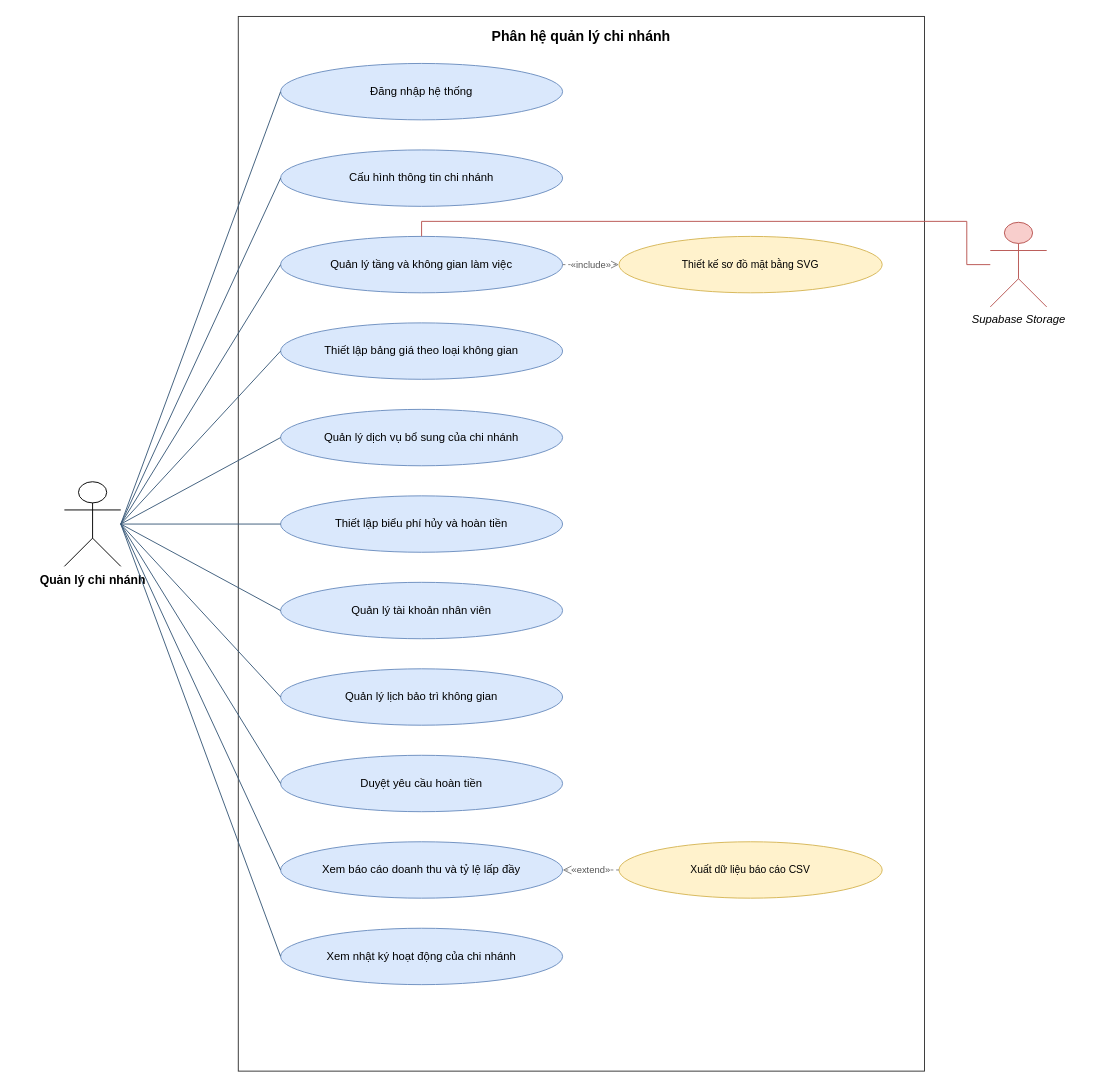
The draw.io diagram page "Phân hệ quản lý chi nhánh" (4 of 5) of report/Images/Chuong5/cospace-usecase.drawio in cospace-team/DATN_CoSpace, before the edit. Source tidied: cells renumbered, new cells numbered last; positions are measured from the earlier drawing's top-left corner, leaving out a move shared by most shapes. Both pictures are drawn from the tidied source at 94%, with x=0, y=0 at pixel (64, 16).
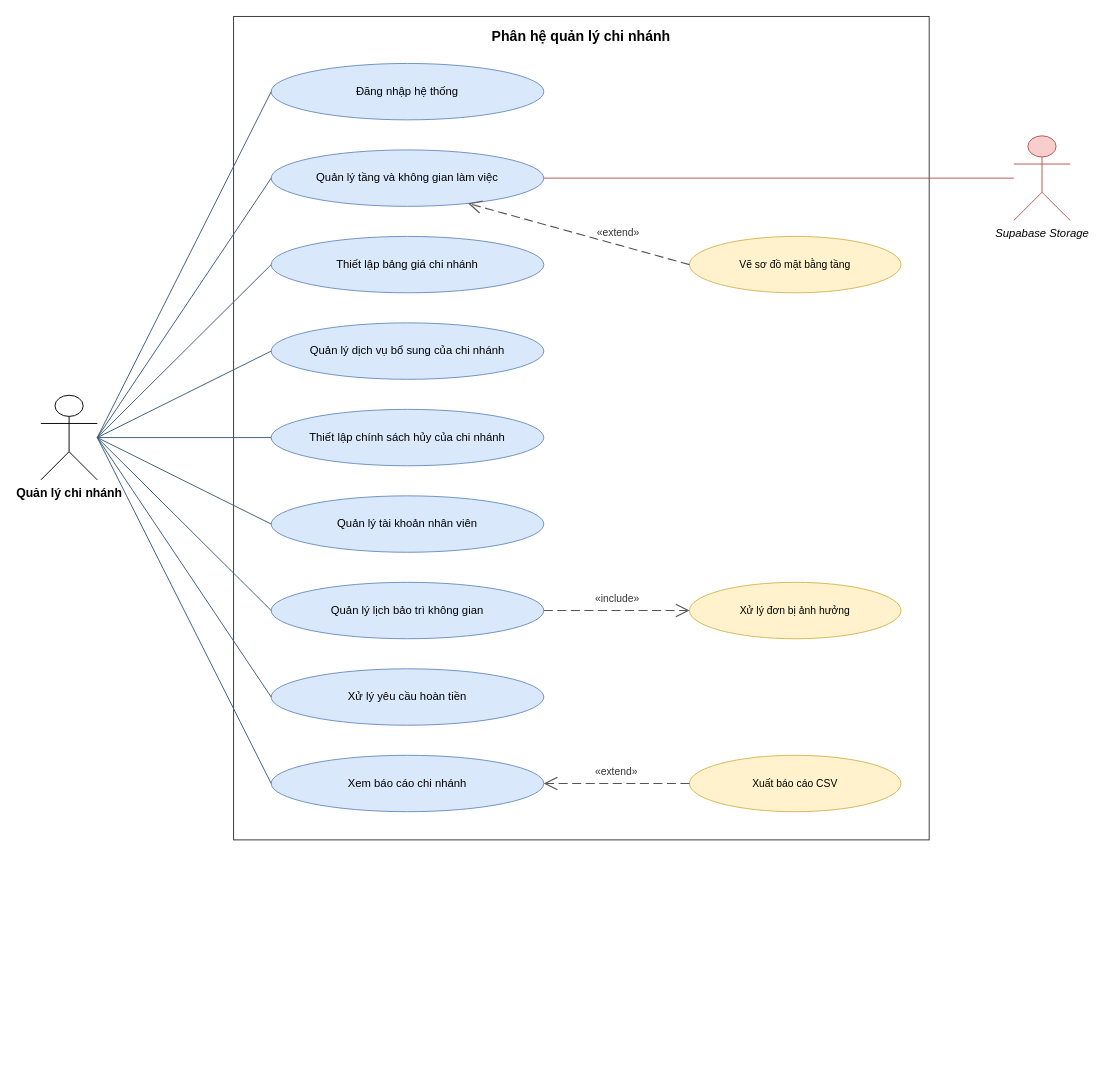
The same page after the edit.

What changed in the source:
```diff
@@
-    <mxCell id="0" />
+    <mxCell id="32" />
-    <mxCell id="1" parent="0" />
+    <mxCell id="1" parent="32" />
     <mxCell id="2" value="Phân hệ quản lý chi nhánh" style="rounded=0;whiteSpace=wrap;html=1;verticalAlign=top;fillColor=none;strokeColor=#333333;fontSize=15;fontStyle=1;spacingTop=6;" parent="1" vertex="1">
-      <mxGeometry x="185" width="730" height="1122" as="geometry" />
+      <mxGeometry x="180" width="740" height="876" as="geometry" />
     </mxCell>
     <mxCell id="3" value="Đăng nhập hệ thống" style="ellipse;whiteSpace=wrap;html=1;fontSize=12;fillColor=#dae8fc;strokeColor=#6c8ebf;" parent="1" vertex="1">
-      <mxGeometry x="230" y="50" width="300" height="60" as="geometry" />
+      <mxGeometry x="220" y="50" width="290" height="60" as="geometry" />
     </mxCell>
-    <mxCell id="4" value="Cấu hình thông tin chi nhánh" style="ellipse;whiteSpace=wrap;html=1;fontSize=12;fillColor=#dae8fc;strokeColor=#6c8ebf;" parent="1" vertex="1">
-      <mxGeometry x="230" y="142" width="300" height="60" as="geometry" />
-    </mxCell>
     <mxCell id="5" value="Quản lý tầng và không gian làm việc" style="ellipse;whiteSpace=wrap;html=1;fontSize=12;fillColor=#dae8fc;strokeColor=#6c8ebf;" parent="1" vertex="1">
-      <mxGeometry x="230" y="234" width="300" height="60" as="geometry" />
+      <mxGeometry x="220" y="142" width="290" height="60" as="geometry" />
     </mxCell>
-    <mxCell id="6" value="Thiết kế sơ đồ mặt bằng SVG" style="ellipse;whiteSpace=wrap;html=1;fontSize=11;fillColor=#fff2cc;strokeColor=#d6b656;dashed=0;" parent="1" vertex="1">
-      <mxGeometry x="590" y="234" width="280" height="60" as="geometry" />
-    </mxCell>
-    <mxCell id="7" value="«include»" style="endArrow=open;endFill=0;endSize=8;dashed=1;html=1;rounded=0;strokeColor=#7f7f7f;fontSize=10;fontColor=#555555;exitX=1;exitY=0.5;exitDx=0;exitDy=0;entryX=0;entryY=0.5;entryDx=0;entryDy=0;" parent="1" edge="1" source="5" target="6">
-      <mxGeometry relative="1" as="geometry" />
-    </mxCell>
-    <mxCell id="8" value="Thiết lập bảng giá theo loại không gian" style="ellipse;whiteSpace=wrap;html=1;fontSize=12;fillColor=#dae8fc;strokeColor=#6c8ebf;" parent="1" vertex="1">
-      <mxGeometry x="230" y="326" width="300" height="60" as="geometry" />
-    </mxCell>
+    <mxCell id="33" value="Thiết lập bảng giá chi nhánh" style="ellipse;whiteSpace=wrap;html=1;fontSize=12;fillColor=#dae8fc;strokeColor=#6c8ebf;" parent="1" vertex="1">
+      <mxGeometry x="220" y="234" width="290" height="60" as="geometry" />
+    </mxCell>
+    <mxCell id="34" value="Vẽ sơ đồ mặt bằng tầng" style="ellipse;whiteSpace=wrap;html=1;fontSize=11;fillColor=#fff2cc;strokeColor=#d6b656;" parent="1" vertex="1">
+      <mxGeometry x="665" y="234" width="225" height="60" as="geometry" />
+    </mxCell>
     <mxCell id="9" value="Quản lý dịch vụ bổ sung của chi nhánh" style="ellipse;whiteSpace=wrap;html=1;fontSize=12;fillColor=#dae8fc;strokeColor=#6c8ebf;" parent="1" vertex="1">
-      <mxGeometry x="230" y="418" width="300" height="60" as="geometry" />
+      <mxGeometry x="220" y="326" width="290" height="60" as="geometry" />
     </mxCell>
-    <mxCell id="10" value="Thiết lập biểu phí hủy và hoàn tiền" style="ellipse;whiteSpace=wrap;html=1;fontSize=12;fillColor=#dae8fc;strokeColor=#6c8ebf;" parent="1" vertex="1">
-      <mxGeometry x="230" y="510" width="300" height="60" as="geometry" />
-    </mxCell>
+    <mxCell id="35" value="Thiết lập chính sách hủy của chi nhánh" style="ellipse;whiteSpace=wrap;html=1;fontSize=12;fillColor=#dae8fc;strokeColor=#6c8ebf;" parent="1" vertex="1">
+      <mxGeometry x="220" y="418" width="290" height="60" as="geometry" />
+    </mxCell>
     <mxCell id="11" value="Quản lý tài khoản nhân viên" style="ellipse;whiteSpace=wrap;html=1;fontSize=12;fillColor=#dae8fc;strokeColor=#6c8ebf;" parent="1" vertex="1">
-      <mxGeometry x="230" y="602" width="300" height="60" as="geometry" />
+      <mxGeometry x="220" y="510" width="290" height="60" as="geometry" />
     </mxCell>
     <mxCell id="12" value="Quản lý lịch bảo trì không gian" style="ellipse;whiteSpace=wrap;html=1;fontSize=12;fillColor=#dae8fc;strokeColor=#6c8ebf;" parent="1" vertex="1">
-      <mxGeometry x="230" y="694" width="300" height="60" as="geometry" />
+      <mxGeometry x="220" y="602" width="290" height="60" as="geometry" />
     </mxCell>
-    <mxCell id="13" value="Duyệt yêu cầu hoàn tiền" style="ellipse;whiteSpace=wrap;html=1;fontSize=12;fillColor=#dae8fc;strokeColor=#6c8ebf;" parent="1" vertex="1">
-      <mxGeometry x="230" y="786" width="300" height="60" as="geometry" />
-    </mxCell>
-    <mxCell id="14" value="Xem báo cáo doanh thu và tỷ lệ lấp đầy" style="ellipse;whiteSpace=wrap;html=1;fontSize=12;fillColor=#dae8fc;strokeColor=#6c8ebf;" parent="1" vertex="1">
-      <mxGeometry x="230" y="878" width="300" height="60" as="geometry" />
-    </mxCell>
-    <mxCell id="15" value="Xuất dữ liệu báo cáo CSV" style="ellipse;whiteSpace=wrap;html=1;fontSize=11;fillColor=#fff2cc;strokeColor=#d6b656;dashed=0;" parent="1" vertex="1">
-      <mxGeometry x="590" y="878" width="280" height="60" as="geometry" />
-    </mxCell>
-    <mxCell id="16" value="«extend»" style="endArrow=open;endFill=0;endSize=8;dashed=1;html=1;rounded=0;strokeColor=#7f7f7f;fontSize=10;fontColor=#555555;exitX=0;exitY=0.5;exitDx=0;exitDy=0;entryX=1;entryY=0.5;entryDx=0;entryDy=0;" parent="1" edge="1" source="15" target="14">
-      <mxGeometry relative="1" as="geometry" />
-    </mxCell>
-    <mxCell id="17" value="Xem nhật ký hoạt động của chi nhánh" style="ellipse;whiteSpace=wrap;html=1;fontSize=12;fillColor=#dae8fc;strokeColor=#6c8ebf;" parent="1" vertex="1">
-      <mxGeometry x="230" y="970" width="300" height="60" as="geometry" />
-    </mxCell>
+    <mxCell id="36" value="Xử lý đơn bị ảnh hưởng" style="ellipse;whiteSpace=wrap;html=1;fontSize=11;fillColor=#fff2cc;strokeColor=#d6b656;" parent="1" vertex="1">
+      <mxGeometry x="665" y="602" width="225" height="60" as="geometry" />
+    </mxCell>
+    <mxCell id="37" value="Xử lý yêu cầu hoàn tiền" style="ellipse;whiteSpace=wrap;html=1;fontSize=12;fillColor=#dae8fc;strokeColor=#6c8ebf;" parent="1" vertex="1">
+      <mxGeometry x="220" y="694" width="290" height="60" as="geometry" />
+    </mxCell>
+    <mxCell id="38" value="Xem báo cáo chi nhánh" style="ellipse;whiteSpace=wrap;html=1;fontSize=12;fillColor=#dae8fc;strokeColor=#6c8ebf;" parent="1" vertex="1">
+      <mxGeometry x="220" y="786" width="290" height="60" as="geometry" />
+    </mxCell>
+    <mxCell id="39" value="Xuất báo cáo CSV" style="ellipse;whiteSpace=wrap;html=1;fontSize=11;fillColor=#fff2cc;strokeColor=#d6b656;" parent="1" vertex="1">
+      <mxGeometry x="665" y="786" width="225" height="60" as="geometry" />
+    </mxCell>
     <mxCell id="18" value="Quản lý chi nhánh" style="shape=umlActor;verticalLabelPosition=bottom;verticalAlign=top;html=1;outlineConnect=0;fontSize=13;fontStyle=1;" parent="1" vertex="1">
-      <mxGeometry y="495" width="60" height="90" as="geometry" />
+      <mxGeometry x="-25" y="403" width="60" height="90" as="geometry" />
     </mxCell>
-    <mxCell id="19" style="endArrow=none;html=1;rounded=0;strokeColor=#3b5b7a;exitX=1;exitY=0.5;exitDx=0;exitDy=0;entryX=0;entryY=0.5;entryDx=0;entryDy=0;" parent="1" edge="1" source="18" target="3">
+    <mxCell id="19" style="endArrow=none;html=1;rounded=0;strokeColor=#3b5b7a;exitX=1;exitY=0.5;exitDx=0;exitDy=0;exitPerimeter=0;entryX=0;entryY=0.5;entryDx=0;entryDy=0;" parent="1" edge="1" source="18" target="3">
       <mxGeometry relative="1" as="geometry" />
     </mxCell>
-    <mxCell id="20" style="endArrow=none;html=1;rounded=0;strokeColor=#3b5b7a;exitX=1;exitY=0.5;exitDx=0;exitDy=0;entryX=0;entryY=0.5;entryDx=0;entryDy=0;" parent="1" edge="1" source="18" target="4">
-      <mxGeometry relative="1" as="geometry" />
-    </mxCell>
-    <mxCell id="21" style="endArrow=none;html=1;rounded=0;strokeColor=#3b5b7a;exitX=1;exitY=0.5;exitDx=0;exitDy=0;entryX=0;entryY=0.5;entryDx=0;entryDy=0;" parent="1" edge="1" source="18" target="5">
+    <mxCell id="21" style="endArrow=none;html=1;rounded=0;strokeColor=#3b5b7a;exitX=1;exitY=0.5;exitDx=0;exitDy=0;exitPerimeter=0;entryX=0;entryY=0.5;entryDx=0;entryDy=0;" parent="1" edge="1" source="18" target="5">
       <mxGeometry relative="1" as="geometry" />
     </mxCell>
-    <mxCell id="22" style="endArrow=none;html=1;rounded=0;strokeColor=#3b5b7a;exitX=1;exitY=0.5;exitDx=0;exitDy=0;entryX=0;entryY=0.5;entryDx=0;entryDy=0;" parent="1" edge="1" source="18" target="8">
-      <mxGeometry relative="1" as="geometry" />
-    </mxCell>
+    <mxCell id="40" style="endArrow=none;html=1;rounded=0;strokeColor=#3b5b7a;exitX=1;exitY=0.5;exitDx=0;exitDy=0;exitPerimeter=0;entryX=0;entryY=0.5;entryDx=0;entryDy=0;" parent="1" edge="1" source="18" target="33">
+      <mxGeometry relative="1" as="geometry" />
+    </mxCell>
-    <mxCell id="23" style="endArrow=none;html=1;rounded=0;strokeColor=#3b5b7a;exitX=1;exitY=0.5;exitDx=0;exitDy=0;entryX=0;entryY=0.5;entryDx=0;entryDy=0;" parent="1" edge="1" source="18" target="9">
+    <mxCell id="23" style="endArrow=none;html=1;rounded=0;strokeColor=#3b5b7a;exitX=1;exitY=0.5;exitDx=0;exitDy=0;exitPerimeter=0;entryX=0;entryY=0.5;entryDx=0;entryDy=0;" parent="1" edge="1" source="18" target="9">
       <mxGeometry relative="1" as="geometry" />
     </mxCell>
-    <mxCell id="24" style="endArrow=none;html=1;rounded=0;strokeColor=#3b5b7a;exitX=1;exitY=0.5;exitDx=0;exitDy=0;entryX=0;entryY=0.5;entryDx=0;entryDy=0;" parent="1" edge="1" source="18" target="10">
-      <mxGeometry relative="1" as="geometry" />
-    </mxCell>
+    <mxCell id="41" style="endArrow=none;html=1;rounded=0;strokeColor=#3b5b7a;exitX=1;exitY=0.5;exitDx=0;exitDy=0;exitPerimeter=0;entryX=0;entryY=0.5;entryDx=0;entryDy=0;" parent="1" edge="1" source="18" target="35">
+      <mxGeometry relative="1" as="geometry" />
+    </mxCell>
-    <mxCell id="25" style="endArrow=none;html=1;rounded=0;strokeColor=#3b5b7a;exitX=1;exitY=0.5;exitDx=0;exitDy=0;entryX=0;entryY=0.5;entryDx=0;entryDy=0;" parent="1" edge="1" source="18" target="11">
+    <mxCell id="25" style="endArrow=none;html=1;rounded=0;strokeColor=#3b5b7a;exitX=1;exitY=0.5;exitDx=0;exitDy=0;exitPerimeter=0;entryX=0;entryY=0.5;entryDx=0;entryDy=0;" parent="1" edge="1" source="18" target="11">
       <mxGeometry relative="1" as="geometry" />
     </mxCell>
-    <mxCell id="26" style="endArrow=none;html=1;rounded=0;strokeColor=#3b5b7a;exitX=1;exitY=0.5;exitDx=0;exitDy=0;entryX=0;entryY=0.5;entryDx=0;entryDy=0;" parent="1" edge="1" source="18" target="12">
+    <mxCell id="26" style="endArrow=none;html=1;rounded=0;strokeColor=#3b5b7a;exitX=1;exitY=0.5;exitDx=0;exitDy=0;exitPerimeter=0;entryX=0;entryY=0.5;entryDx=0;entryDy=0;" parent="1" edge="1" source="18" target="12">
       <mxGeometry relative="1" as="geometry" />
     </mxCell>
-    <mxCell id="27" style="endArrow=none;html=1;rounded=0;strokeColor=#3b5b7a;exitX=1;exitY=0.5;exitDx=0;exitDy=0;entryX=0;entryY=0.5;entryDx=0;entryDy=0;" parent="1" edge="1" source="18" target="13">
-      <mxGeometry relative="1" as="geometry" />
-    </mxCell>
-    <mxCell id="28" style="endArrow=none;html=1;rounded=0;strokeColor=#3b5b7a;exitX=1;exitY=0.5;exitDx=0;exitDy=0;entryX=0;entryY=0.5;entryDx=0;entryDy=0;" parent="1" edge="1" source="18" target="14">
-      <mxGeometry relative="1" as="geometry" />
-    </mxCell>
-    <mxCell id="29" style="endArrow=none;html=1;rounded=0;strokeColor=#3b5b7a;exitX=1;exitY=0.5;exitDx=0;exitDy=0;entryX=0;entryY=0.5;entryDx=0;entryDy=0;" parent="1" edge="1" source="18" target="17">
-      <mxGeometry relative="1" as="geometry" />
-    </mxCell>
+    <mxCell id="42" style="endArrow=none;html=1;rounded=0;strokeColor=#3b5b7a;exitX=1;exitY=0.5;exitDx=0;exitDy=0;exitPerimeter=0;entryX=0;entryY=0.5;entryDx=0;entryDy=0;" parent="1" edge="1" source="18" target="37">
+      <mxGeometry relative="1" as="geometry" />
+    </mxCell>
+    <mxCell id="43" style="endArrow=none;html=1;rounded=0;strokeColor=#3b5b7a;exitX=1;exitY=0.5;exitDx=0;exitDy=0;exitPerimeter=0;entryX=0;entryY=0.5;entryDx=0;entryDy=0;" parent="1" edge="1" source="18" target="38">
+      <mxGeometry relative="1" as="geometry" />
+    </mxCell>
     <mxCell id="30" value="Supabase Storage" style="shape=umlActor;verticalLabelPosition=bottom;verticalAlign=top;html=1;outlineConnect=0;fontSize=12;fontStyle=2;strokeColor=#b85450;fillColor=#f8cecc;" parent="1" vertex="1">
-      <mxGeometry x="985" y="219" width="60" height="90" as="geometry" />
+      <mxGeometry x="1010" y="127" width="60" height="90" as="geometry" />
     </mxCell>
-    <mxCell id="31" style="edgeStyle=orthogonalEdgeStyle;endArrow=none;html=1;rounded=0;strokeColor=#b85450;exitX=0;exitY=0.5;exitDx=0;exitDy=0;entryX=0.5;entryY=0;entryDx=0;entryDy=0;" parent="1" edge="1" source="30" target="5">
-      <mxGeometry relative="1" as="geometry">
-        <Array as="points">
-          <mxPoint x="960" y="218" />
-          <mxPoint x="380" y="218" />
-        </Array>
-      </mxGeometry>
+    <mxCell id="31" style="endArrow=none;html=1;rounded=0;strokeColor=#b85450;exitX=0;exitY=0.5;exitDx=0;exitDy=0;exitPerimeter=0;entryX=1;entryY=0.5;entryDx=0;entryDy=0;" parent="1" edge="1" source="30" target="5">
+      <mxGeometry relative="1" as="geometry" />
     </mxCell>
+    <mxCell id="44" value="«extend»" style="endArrow=open;endFill=0;endSize=12;dashed=1;dashPattern=8 4;html=1;rounded=0;strokeColor=#555555;strokeWidth=1.2;fontSize=11;fontColor=#333333;labelBackgroundColor=#ffffff;exitX=0;exitY=0.5;exitDx=0;exitDy=0;entryX=0.75;entryY=1;entryDx=0;entryDy=0;" parent="1" edge="1" source="34" target="5">
+      <mxGeometry x="-0.35" relative="1" as="geometry">
+        <mxPoint y="-13" as="offset" />
+      </mxGeometry>
+    </mxCell>
+    <mxCell id="7" value="«include»" style="endArrow=open;endFill=0;endSize=12;dashed=1;dashPattern=8 4;html=1;rounded=0;strokeColor=#555555;strokeWidth=1.2;fontSize=11;fontColor=#333333;labelBackgroundColor=#ffffff;exitX=1;exitY=0.5;exitDx=0;exitDy=0;entryX=0;entryY=0.5;entryDx=0;entryDy=0;" parent="1" edge="1" source="12" target="36">
+      <mxGeometry relative="1" as="geometry">
+        <mxPoint y="-13" as="offset" />
+      </mxGeometry>
+    </mxCell>
+    <mxCell id="45" value="«extend»" style="endArrow=open;endFill=0;endSize=12;dashed=1;dashPattern=8 4;html=1;rounded=0;strokeColor=#555555;strokeWidth=1.2;fontSize=11;fontColor=#333333;labelBackgroundColor=#ffffff;exitX=0;exitY=0.5;exitDx=0;exitDy=0;entryX=1;entryY=0.5;entryDx=0;entryDy=0;" parent="1" edge="1" source="39" target="38">
+      <mxGeometry relative="1" as="geometry">
+        <mxPoint y="-13" as="offset" />
+      </mxGeometry>
+    </mxCell>
```
